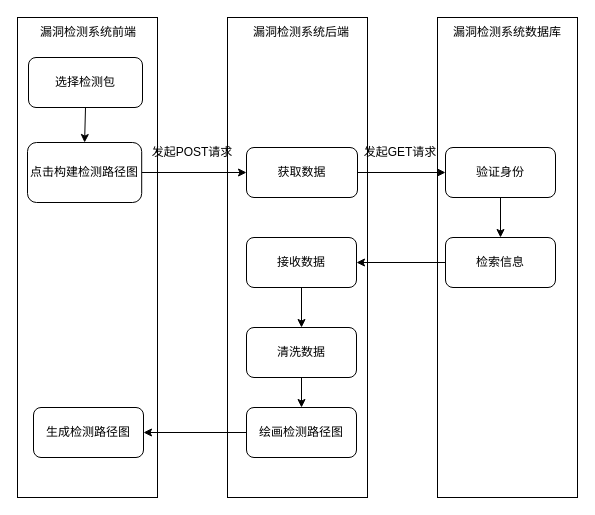
Before: 检测图生成流程图.drawio in Niujieheng/GitHub_Jul, a draw.io diagram. Source tidied: cells renumbered, new cells numbered last; positions are measured from the earlier drawing's top-left corner, leaving out a move shared by most shapes. Both pictures are drawn from the tidied source at 100%, with x=0, y=0 at pixel (17, 17).
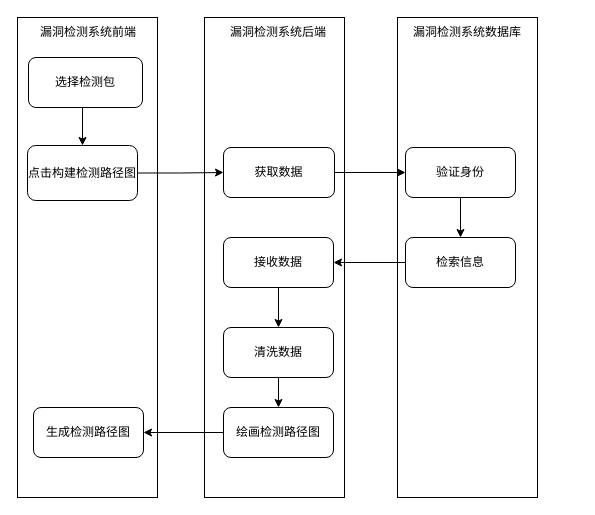
The same diagram, later.

Commit message:
更新检测图生成流程图.drawio

The edit, as a diff of the source:
```diff
@@
     <mxCell id="2" style="rounded=0;whiteSpace=wrap;html=1;" parent="1" vertex="1">
-      <mxGeometry x="420" width="140" height="480" as="geometry" />
+      <mxGeometry x="380" width="140" height="480" as="geometry" />
     </mxCell>
     <mxCell id="3" style="rounded=0;whiteSpace=wrap;html=1;" parent="1" vertex="1">
-      <mxGeometry x="210" width="140" height="480" as="geometry" />
+      <mxGeometry x="187" width="140" height="480" as="geometry" />
     </mxCell>
@@
     <mxCell id="8" value="点击构建检测路径图" style="rounded=1;whiteSpace=wrap;html=1;" parent="1" vertex="1">
-      <mxGeometry x="10" y="125" width="114.2" height="60" as="geometry" />
+      <mxGeometry x="10" y="128" width="110" height="55" as="geometry" />
     </mxCell>
@@
     <mxCell id="10" value="获取数据" style="rounded=1;whiteSpace=wrap;html=1;" parent="1" vertex="1">
-      <mxGeometry x="229" y="130" width="111" height="50" as="geometry" />
+      <mxGeometry x="206" y="130" width="111" height="50" as="geometry" />
     </mxCell>
-    <mxCell id="11" value="发起POST请求" style="text;html=1;strokeColor=none;fillColor=none;align=center;verticalAlign=middle;whiteSpace=wrap;rounded=0;" parent="1" vertex="1">
-      <mxGeometry x="130" y="120" width="90" height="30" as="geometry" />
-    </mxCell>
@@
     <mxCell id="13" value="验证身份" style="rounded=1;whiteSpace=wrap;html=1;" parent="1" vertex="1">
-      <mxGeometry x="428" y="130" width="110" height="50" as="geometry" />
+      <mxGeometry x="388" y="130" width="110" height="50" as="geometry" />
     </mxCell>
-    <mxCell id="14" value="发起GET请求" style="text;html=1;strokeColor=none;fillColor=none;align=center;verticalAlign=middle;whiteSpace=wrap;rounded=0;" parent="1" vertex="1">
-      <mxGeometry x="338" y="120" width="90" height="30" as="geometry" />
-    </mxCell>
@@
     <mxCell id="16" value="检索信息" style="rounded=1;whiteSpace=wrap;html=1;" parent="1" vertex="1">
-      <mxGeometry x="428" y="220" width="110" height="50" as="geometry" />
+      <mxGeometry x="388" y="220" width="110" height="50" as="geometry" />
     </mxCell>
@@
     <mxCell id="18" value="接收数据" style="rounded=1;whiteSpace=wrap;html=1;" parent="1" vertex="1">
-      <mxGeometry x="229" y="220" width="110" height="50" as="geometry" />
+      <mxGeometry x="206" y="220" width="110" height="50" as="geometry" />
     </mxCell>
@@
     <mxCell id="20" value="清洗数据" style="rounded=1;whiteSpace=wrap;html=1;" parent="1" vertex="1">
-      <mxGeometry x="229" y="310" width="110" height="50" as="geometry" />
+      <mxGeometry x="206" y="310" width="110" height="50" as="geometry" />
     </mxCell>
@@
     <mxCell id="22" value="绘画检测路径图" style="rounded=1;whiteSpace=wrap;html=1;" parent="1" vertex="1">
-      <mxGeometry x="229" y="390" width="110" height="50" as="geometry" />
+      <mxGeometry x="206" y="390" width="110" height="50" as="geometry" />
     </mxCell>
@@
     <mxCell id="25" value="漏洞检测系统后端" style="text;html=1;strokeColor=none;fillColor=none;align=center;verticalAlign=middle;whiteSpace=wrap;rounded=0;" parent="1" vertex="1">
-      <mxGeometry x="234" width="100" height="30" as="geometry" />
+      <mxGeometry x="211" width="100" height="30" as="geometry" />
     </mxCell>
     <mxCell id="26" value="漏洞检测系统数据库" style="text;html=1;strokeColor=none;fillColor=none;align=center;verticalAlign=middle;whiteSpace=wrap;rounded=0;" parent="1" vertex="1">
-      <mxGeometry x="435" width="110" height="30" as="geometry" />
+      <mxGeometry x="395" width="110" height="30" as="geometry" />
     </mxCell>
```
